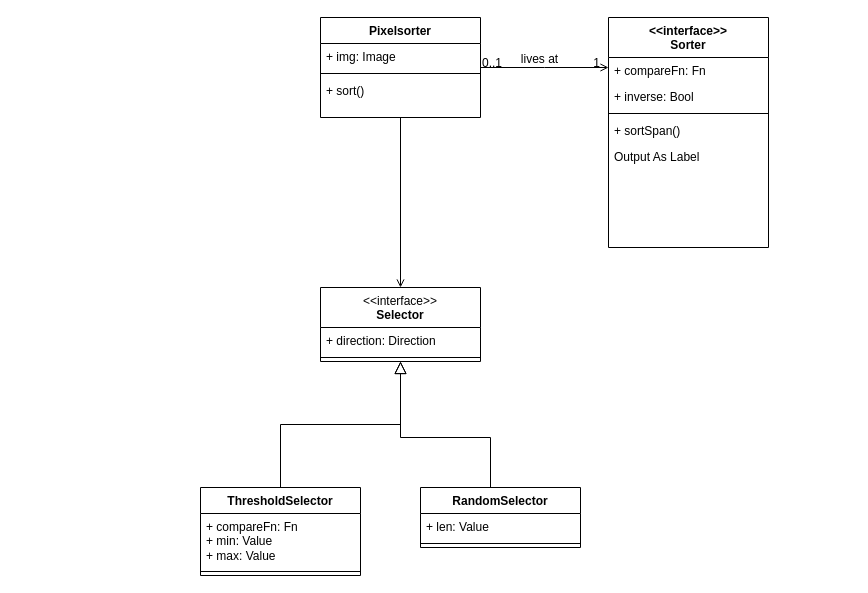
This is PixelSorter-ClassDiagram.drawio from Lxtharia/pixelsortery, a draw.io file, before an edit. Source tidied: cells renumbered, new cells numbered last; positions are measured from the earlier drawing's top-left corner, leaving out a move shared by most shapes. Both pictures are drawn from the tidied source at 100%, with x=0, y=0 at pixel (200, 17).
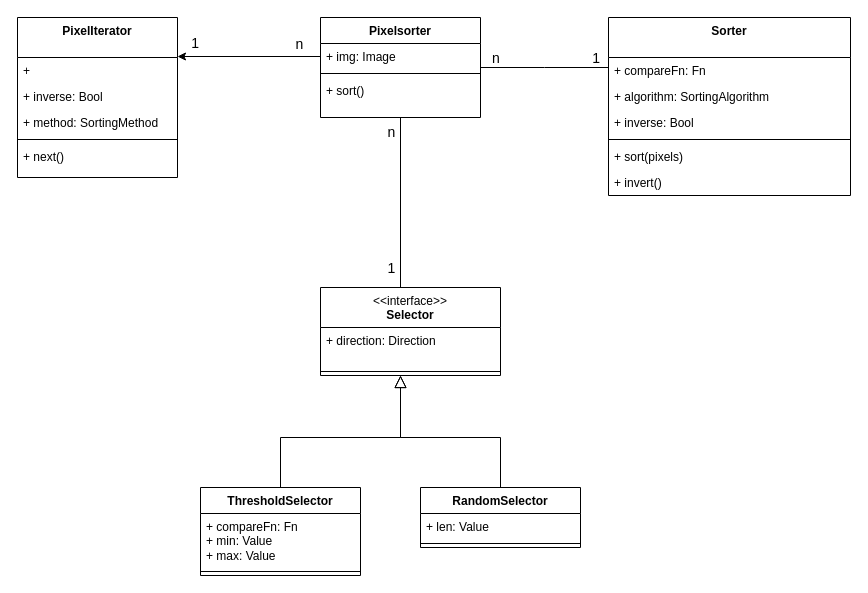
Above is the later version.

What changed in the source:
```diff
@@
-    <mxCell id="2" style="edgeStyle=orthogonalEdgeStyle;rounded=0;jettySize=auto;html=1;endArrow=open;endFill=0;" parent="1" edge="1" source="3" target="17">
-      <mxGeometry relative="1" as="geometry" />
+    <mxCell id="2" value="&lt;div&gt;&lt;br&gt;&lt;/div&gt;&lt;div&gt;&lt;br&gt;&lt;/div&gt;" style="edgeStyle=orthogonalEdgeStyle;rounded=0;orthogonalLoop=1;jettySize=auto;html=1;endArrow=none;endFill=0;fontFamily=Intel One Mono;" parent="1" edge="1">
+      <mxGeometry relative="1" as="geometry">
+        <mxPoint x="200" y="100" as="sourcePoint" />
+        <mxPoint x="200" y="270" as="targetPoint" />
+      </mxGeometry>
     </mxCell>
+    <mxCell id="28" value="n" style="edgeLabel;html=1;align=center;verticalAlign=middle;fontSize=14;fontFamily=Intel One Mono;" parent="2" vertex="1">
+      <mxGeometry x="-0.84" y="-4" relative="1" as="geometry">
+        <mxPoint x="-6" as="offset" />
+      </mxGeometry>
+    </mxCell>
+    <mxCell id="29" value="1" style="edgeLabel;html=1;align=center;verticalAlign=middle;fontSize=14;fontFamily=Intel One Mono;" parent="2" vertex="1">
+      <mxGeometry x="0.74" y="-1" relative="1" as="geometry">
+        <mxPoint x="-9" y="2" as="offset" />
+      </mxGeometry>
+    </mxCell>
-    <mxCell id="3" value="Pixelsorter&#10;" style="swimlane;fontStyle=1;align=center;verticalAlign=top;horizontal=1;startSize=26;rounded=0;shadow=0;strokeWidth=1;" parent="1" vertex="1">
+    <mxCell id="3" value="Pixelsorter&#10;" style="swimlane;fontStyle=1;align=center;verticalAlign=top;horizontal=1;startSize=26;rounded=0;shadow=0;strokeWidth=1;fontFamily=Intel One Mono;" parent="1" vertex="1">
       <mxGeometry x="120" width="160" height="100" as="geometry" />
     </mxCell>
-    <mxCell id="4" value="+ img: Image" style="text;align=left;verticalAlign=top;spacingLeft=4;spacingRight=4;overflow=hidden;points=[[0,0.5],[1,0.5]];portConstraint=eastwest;rounded=0;shadow=0;html=0;" parent="3" vertex="1">
+    <mxCell id="4" value="+ img: Image" style="text;align=left;verticalAlign=top;spacingLeft=4;spacingRight=4;overflow=hidden;points=[[0,0.5],[1,0.5]];portConstraint=eastwest;rounded=0;shadow=0;html=0;fontFamily=Intel One Mono;" parent="3" vertex="1">
       <mxGeometry y="26" width="160" height="26" as="geometry" />
     </mxCell>
-    <mxCell id="5" style="line;html=1;strokeWidth=1;align=left;verticalAlign=middle;spacingTop=-1;spacingLeft=3;spacingRight=3;labelPosition=right;" parent="3" vertex="1">
+    <mxCell id="5" style="line;html=1;strokeWidth=1;align=left;verticalAlign=middle;spacingTop=-1;spacingLeft=3;spacingRight=3;labelPosition=right;fontFamily=Intel One Mono;" parent="3" vertex="1">
       <mxGeometry y="52" width="160" height="8" as="geometry" />
     </mxCell>
-    <mxCell id="6" value="+ sort()" style="text;align=left;verticalAlign=top;spacingLeft=4;spacingRight=4;overflow=hidden;" parent="3" vertex="1">
+    <mxCell id="6" value="+ sort()" style="text;align=left;verticalAlign=top;spacingLeft=4;spacingRight=4;overflow=hidden;fontFamily=Intel One Mono;" parent="3" vertex="1">
       <mxGeometry y="60" width="160" height="26" as="geometry" />
     </mxCell>
-    <mxCell id="7" value="&lt;&lt;interface&gt;&gt;&#10;Sorter" style="swimlane;fontStyle=1;align=center;verticalAlign=top;horizontal=1;startSize=40;rounded=0;shadow=0;strokeWidth=1;" parent="1" vertex="1">
-      <mxGeometry x="408" width="160" height="230" as="geometry" />
+    <mxCell id="7" value="Sorter" style="swimlane;fontStyle=1;align=center;verticalAlign=top;horizontal=1;startSize=40;rounded=0;shadow=0;strokeWidth=1;fontFamily=Intel One Mono;" parent="1" vertex="1">
+      <mxGeometry x="408" width="242" height="178" as="geometry" />
     </mxCell>
-    <mxCell id="8" value="+ compareFn: Fn" style="text;align=left;verticalAlign=top;spacingLeft=4;spacingRight=4;overflow=hidden;" parent="7" vertex="1">
-      <mxGeometry y="40" width="160" height="26" as="geometry" />
+    <mxCell id="8" value="+ compareFn: Fn" style="text;align=left;verticalAlign=top;spacingLeft=4;spacingRight=4;overflow=hidden;fontFamily=Intel One Mono;" parent="7" vertex="1">
+      <mxGeometry y="40" width="242" height="26" as="geometry" />
     </mxCell>
+    <mxCell id="30" value="+ algorithm: SortingAlgorithm" style="text;align=left;verticalAlign=top;spacingLeft=4;spacingRight=4;overflow=hidden;rounded=0;shadow=0;html=0;fontFamily=Intel One Mono;" parent="7" vertex="1">
+      <mxGeometry y="66" width="242" height="26" as="geometry" />
+    </mxCell>
-    <mxCell id="9" value="+ inverse: Bool" style="text;align=left;verticalAlign=top;spacingLeft=4;spacingRight=4;overflow=hidden;rounded=0;shadow=0;html=0;" parent="7" vertex="1">
-      <mxGeometry y="66" width="160" height="26" as="geometry" />
+    <mxCell id="9" value="+ inverse: Bool" style="text;align=left;verticalAlign=top;spacingLeft=4;spacingRight=4;overflow=hidden;rounded=0;shadow=0;html=0;fontFamily=Intel One Mono;" parent="7" vertex="1">
+      <mxGeometry y="92" width="242" height="26" as="geometry" />
     </mxCell>
-    <mxCell id="10" style="line;html=1;strokeWidth=1;align=left;verticalAlign=middle;spacingTop=-1;spacingLeft=3;spacingRight=3;labelPosition=right;" parent="7" vertex="1">
-      <mxGeometry y="92" width="160" height="8" as="geometry" />
+    <mxCell id="10" style="line;html=1;strokeWidth=1;align=left;verticalAlign=middle;spacingTop=-1;spacingLeft=3;spacingRight=3;labelPosition=right;fontFamily=Intel One Mono;" parent="7" vertex="1">
+      <mxGeometry y="118" width="242" height="8" as="geometry" />
     </mxCell>
-    <mxCell id="11" value="+ sortSpan()" style="text;align=left;verticalAlign=top;spacingLeft=4;spacingRight=4;overflow=hidden;" parent="7" vertex="1">
-      <mxGeometry y="100" width="160" height="26" as="geometry" />
+    <mxCell id="11" value="+ sort(pixels)" style="text;align=left;verticalAlign=top;spacingLeft=4;spacingRight=4;overflow=hidden;fontFamily=Intel One Mono;" parent="7" vertex="1">
+      <mxGeometry y="126" width="242" height="26" as="geometry" />
     </mxCell>
-    <mxCell id="12" value="Output As Label" style="text;align=left;verticalAlign=top;spacingLeft=4;spacingRight=4;overflow=hidden;" parent="7" vertex="1">
-      <mxGeometry y="126" width="160" height="26" as="geometry" />
-    </mxCell>
+    <mxCell id="31" value="+ invert()" style="text;align=left;verticalAlign=top;spacingLeft=4;spacingRight=4;overflow=hidden;fontFamily=Intel One Mono;" parent="7" vertex="1">
+      <mxGeometry y="152" width="242" height="26" as="geometry" />
+    </mxCell>
-    <mxCell id="13" style="endArrow=open;shadow=0;strokeWidth=1;rounded=0;endFill=1;edgeStyle=elbowEdgeStyle;elbow=vertical;" parent="1" edge="1" source="3" target="7">
+    <mxCell id="13" style="endArrow=none;shadow=0;strokeWidth=1;rounded=0;endFill=0;edgeStyle=elbowEdgeStyle;elbow=vertical;fontSize=14;fontFamily=Intel One Mono;" parent="1" edge="1" source="3" target="7">
       <mxGeometry x="0.5" y="41" relative="1" as="geometry">
         <mxPoint x="-40" y="32" as="offset" />
       </mxGeometry>
     </mxCell>
-    <mxCell id="14" value="0..1" style="align=left;verticalAlign=bottom;labelBackgroundColor=none;fontSize=12;" parent="13" vertex="1">
+    <mxCell id="14" value="n" style="align=left;verticalAlign=bottom;labelBackgroundColor=none;fontSize=14;fontFamily=Intel One Mono;" parent="13" vertex="1">
       <mxGeometry x="-1" relative="1" as="geometry">
-        <mxPoint y="4" as="offset" />
+        <mxPoint x="10" as="offset" />
       </mxGeometry>
     </mxCell>
-    <mxCell id="15" value="1" style="align=right;verticalAlign=bottom;labelBackgroundColor=none;fontSize=12;" parent="13" vertex="1">
+    <mxCell id="15" value="1" style="align=right;verticalAlign=bottom;labelBackgroundColor=none;fontSize=14;fontFamily=Intel One Mono;" parent="13" vertex="1">
       <mxGeometry x="1" relative="1" as="geometry">
-        <mxPoint x="-7" y="4" as="offset" />
+        <mxPoint x="-7" as="offset" />
       </mxGeometry>
     </mxCell>
-    <mxCell id="16" value="lives at" style="text;html=1;align=center;verticalAlign=middle;labelBackgroundColor=none;rounded=0;shadow=0;strokeWidth=1;fontSize=12;" parent="13" vertex="1">
-      <mxGeometry x="0.5" y="49" relative="1" as="geometry">
-        <mxPoint x="-38" y="40" as="offset" />
-      </mxGeometry>
-    </mxCell>
+    <mxCell id="32" value="1" style="align=right;verticalAlign=bottom;labelBackgroundColor=none;fontSize=14;fontFamily=Intel One Mono;" parent="13" vertex="1">
+      <mxGeometry x="1" relative="1" as="geometry">
+        <mxPoint x="-408" y="-15" as="offset" />
+      </mxGeometry>
+    </mxCell>
-    <mxCell id="17" value="&lt;div&gt;&lt;span style=&quot;font-weight: normal;&quot;&gt;&amp;lt;&amp;lt;interface&amp;gt;&amp;gt;&lt;/span&gt;&lt;/div&gt;Selector" style="swimlane;fontStyle=1;align=center;verticalAlign=top;horizontal=1;startSize=40;whiteSpace=wrap;html=1;" parent="1" vertex="1">
-      <mxGeometry x="120" y="270" width="160" height="74" as="geometry" />
+    <mxCell id="17" value="&lt;div&gt;&lt;span style=&quot;font-weight: normal;&quot;&gt;&amp;lt;&amp;lt;interface&amp;gt;&amp;gt;&lt;/span&gt;&lt;/div&gt;Selector" style="swimlane;fontStyle=1;align=center;verticalAlign=top;horizontal=1;startSize=40;whiteSpace=wrap;html=1;fontFamily=Intel One Mono;" parent="1" vertex="1">
+      <mxGeometry x="120" y="270" width="180" height="88" as="geometry" />
     </mxCell>
-    <mxCell id="18" value="+ direction: Direction" style="text;strokeColor=none;fillColor=none;align=left;verticalAlign=top;spacingLeft=4;spacingRight=4;overflow=hidden;whiteSpace=wrap;html=1;" parent="17" vertex="1">
-      <mxGeometry y="40" width="160" height="26" as="geometry" />
+    <mxCell id="18" value="+ direction: Direction" style="text;strokeColor=none;fillColor=none;align=left;verticalAlign=top;spacingLeft=4;spacingRight=4;overflow=hidden;whiteSpace=wrap;html=1;fontFamily=Intel One Mono;" parent="17" vertex="1">
+      <mxGeometry y="40" width="180" height="40" as="geometry" />
     </mxCell>
-    <mxCell id="19" style="line;strokeWidth=1;fillColor=none;align=left;verticalAlign=middle;spacingTop=-1;spacingLeft=3;spacingRight=3;labelPosition=right;strokeColor=inherit;" parent="17" vertex="1">
-      <mxGeometry y="66" width="160" height="8" as="geometry" />
+    <mxCell id="19" style="line;strokeWidth=1;fillColor=none;align=left;verticalAlign=middle;spacingTop=-1;spacingLeft=3;spacingRight=3;labelPosition=right;strokeColor=inherit;fontFamily=Intel One Mono;" parent="17" vertex="1">
+      <mxGeometry y="80" width="180" height="8" as="geometry" />
     </mxCell>
-    <mxCell id="20" style="edgeStyle=elbowEdgeStyle;rounded=0;jettySize=auto;html=1;elbow=vertical;endArrow=block;endFill=0;endSize=10;" parent="1" edge="1" source="21" target="17">
-      <mxGeometry relative="1" as="geometry" />
+    <mxCell id="20" style="edgeStyle=elbowEdgeStyle;rounded=0;jettySize=auto;html=1;elbow=vertical;endArrow=block;endFill=0;endSize=10;fontFamily=Intel One Mono;" parent="1" edge="1" source="21" target="17">
+      <mxGeometry relative="1" as="geometry">
+        <Array as="points">
+          <mxPoint x="200" y="420" />
+        </Array>
+      </mxGeometry>
     </mxCell>
-    <mxCell id="21" value="ThresholdSelector" style="swimlane;fontStyle=1;align=center;verticalAlign=top;horizontal=1;startSize=26;whiteSpace=wrap;html=1;" parent="1" vertex="1">
+    <mxCell id="21" value="ThresholdSelector" style="swimlane;fontStyle=1;align=center;verticalAlign=top;horizontal=1;startSize=26;whiteSpace=wrap;html=1;fontFamily=Intel One Mono;" parent="1" vertex="1">
       <mxGeometry y="470" width="160" height="88" as="geometry" />
     </mxCell>
-    <mxCell id="22" value="+ compareFn: Fn&lt;div&gt;+ min: Value&lt;/div&gt;&lt;div&gt;+ max: Value&lt;/div&gt;" style="text;strokeColor=none;fillColor=none;align=left;verticalAlign=top;spacingLeft=4;spacingRight=4;overflow=hidden;whiteSpace=wrap;html=1;" parent="21" vertex="1">
+    <mxCell id="22" value="+ compareFn: Fn&lt;div&gt;+ min: Value&lt;/div&gt;&lt;div&gt;+ max: Value&lt;/div&gt;" style="text;strokeColor=none;fillColor=none;align=left;verticalAlign=top;spacingLeft=4;spacingRight=4;overflow=hidden;whiteSpace=wrap;html=1;fontFamily=Intel One Mono;" parent="21" vertex="1">
       <mxGeometry y="26" width="160" height="54" as="geometry" />
     </mxCell>
-    <mxCell id="23" style="line;strokeWidth=1;fillColor=none;align=left;verticalAlign=middle;spacingTop=-1;spacingLeft=3;spacingRight=3;labelPosition=right;strokeColor=inherit;" parent="21" vertex="1">
+    <mxCell id="23" style="line;strokeWidth=1;fillColor=none;align=left;verticalAlign=middle;spacingTop=-1;spacingLeft=3;spacingRight=3;labelPosition=right;strokeColor=inherit;fontFamily=Intel One Mono;" parent="21" vertex="1">
       <mxGeometry y="80" width="160" height="8" as="geometry" />
     </mxCell>
-    <mxCell id="24" value="RandomSelector" style="swimlane;fontStyle=1;align=center;verticalAlign=top;horizontal=1;startSize=26;whiteSpace=wrap;html=1;" parent="1" vertex="1">
+    <mxCell id="24" value="RandomSelector" style="swimlane;fontStyle=1;align=center;verticalAlign=top;horizontal=1;startSize=26;whiteSpace=wrap;html=1;fontFamily=Intel One Mono;" parent="1" vertex="1">
       <mxGeometry x="220" y="470" width="160" height="60" as="geometry" />
     </mxCell>
-    <mxCell id="25" value="+ len: Value" style="text;strokeColor=none;fillColor=none;align=left;verticalAlign=top;spacingLeft=4;spacingRight=4;overflow=hidden;whiteSpace=wrap;html=1;" parent="24" vertex="1">
+    <mxCell id="25" value="+ len: Value" style="text;strokeColor=none;fillColor=none;align=left;verticalAlign=top;spacingLeft=4;spacingRight=4;overflow=hidden;whiteSpace=wrap;html=1;fontFamily=Intel One Mono;" parent="24" vertex="1">
       <mxGeometry y="26" width="160" height="26" as="geometry" />
     </mxCell>
-    <mxCell id="26" style="line;strokeWidth=1;fillColor=none;align=left;verticalAlign=middle;spacingTop=-1;spacingLeft=3;spacingRight=3;labelPosition=right;strokeColor=inherit;" parent="24" vertex="1">
+    <mxCell id="26" style="line;strokeWidth=1;fillColor=none;align=left;verticalAlign=middle;spacingTop=-1;spacingLeft=3;spacingRight=3;labelPosition=right;strokeColor=inherit;fontFamily=Intel One Mono;" parent="24" vertex="1">
       <mxGeometry y="52" width="160" height="8" as="geometry" />
     </mxCell>
-    <mxCell id="27" style="edgeStyle=elbowEdgeStyle;rounded=0;jettySize=auto;html=1;endArrow=block;endFill=0;elbow=vertical;endSize=10;" parent="1" edge="1" source="24" target="17">
+    <mxCell id="27" style="edgeStyle=elbowEdgeStyle;rounded=0;jettySize=auto;html=1;endArrow=block;endFill=0;elbow=vertical;endSize=10;fontFamily=Intel One Mono;" parent="1" edge="1" source="24" target="17">
       <mxGeometry relative="1" as="geometry">
         <Array as="points">
-          <mxPoint x="290" y="420" />
+          <mxPoint x="200" y="420" />
         </Array>
       </mxGeometry>
     </mxCell>
+    <mxCell id="33" value="PixelIterator" style="swimlane;fontStyle=1;align=center;verticalAlign=top;horizontal=1;startSize=40;rounded=0;shadow=0;strokeWidth=1;fontFamily=Intel One Mono;" parent="1" vertex="1">
+      <mxGeometry x="-183" width="160" height="160" as="geometry" />
+    </mxCell>
+    <mxCell id="34" value="+ " style="text;align=left;verticalAlign=top;spacingLeft=4;spacingRight=4;overflow=hidden;fontFamily=Intel One Mono;" parent="33" vertex="1">
+      <mxGeometry y="40" width="160" height="26" as="geometry" />
+    </mxCell>
+    <mxCell id="35" value="+ inverse: Bool" style="text;align=left;verticalAlign=top;spacingLeft=4;spacingRight=4;overflow=hidden;rounded=0;shadow=0;html=0;fontFamily=Intel One Mono;" parent="33" vertex="1">
+      <mxGeometry y="66" width="160" height="26" as="geometry" />
+    </mxCell>
+    <mxCell id="36" value="+ method: SortingMethod" style="text;align=left;verticalAlign=top;spacingLeft=4;spacingRight=4;overflow=hidden;rounded=0;shadow=0;html=0;fontFamily=Intel One Mono;" parent="33" vertex="1">
+      <mxGeometry y="92" width="160" height="26" as="geometry" />
+    </mxCell>
+    <mxCell id="37" style="line;html=1;strokeWidth=1;align=left;verticalAlign=middle;spacingTop=-1;spacingLeft=3;spacingRight=3;labelPosition=right;fontFamily=Intel One Mono;" parent="33" vertex="1">
+      <mxGeometry y="118" width="160" height="8" as="geometry" />
+    </mxCell>
+    <mxCell id="38" value="+ next()" style="text;align=left;verticalAlign=top;spacingLeft=4;spacingRight=4;overflow=hidden;fontFamily=Intel One Mono;" parent="33" vertex="1">
+      <mxGeometry y="126" width="160" height="26" as="geometry" />
+    </mxCell>
+    <mxCell id="39" style="edgeStyle=elbowEdgeStyle;rounded=0;jettySize=auto;html=1;elbow=vertical;fontFamily=Intel One Mono;" parent="1" edge="1" source="4" target="33">
+      <mxGeometry relative="1" as="geometry" />
+    </mxCell>
+    <mxCell id="40" value="&lt;font style=&quot;font-size: 14px;&quot;&gt;n&lt;/font&gt;" style="edgeLabel;html=1;align=center;verticalAlign=middle;fontFamily=Intel One Mono;" parent="39" vertex="1">
+      <mxGeometry x="-0.69" y="-3" relative="1" as="geometry">
+        <mxPoint y="-10" as="offset" />
+      </mxGeometry>
+    </mxCell>
```
